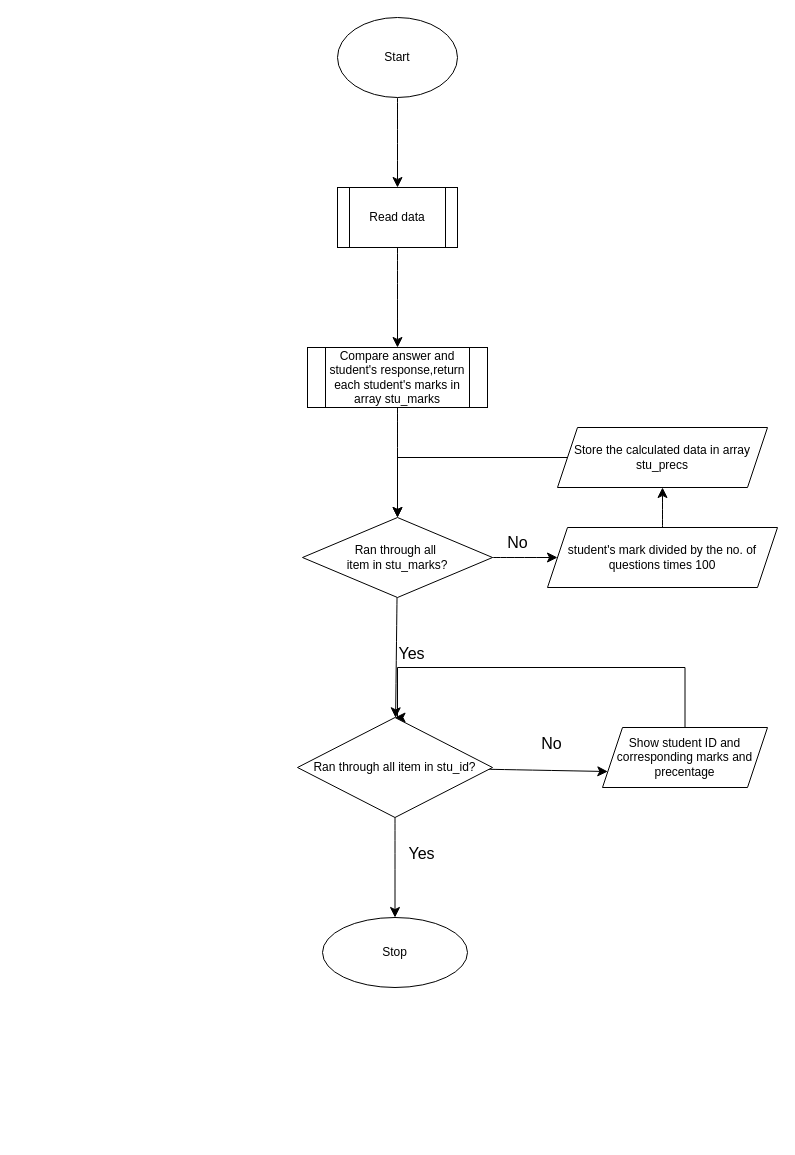
Before: SBA Flowchart.drawio in GaryAmor/SBA, a draw.io diagram. Source tidied: cells renumbered, new cells numbered last; positions are measured from the earlier drawing's top-left corner, leaving out a move shared by most shapes. Both pictures are drawn from the tidied source at 100%, with x=0, y=0 at pixel (297, 17).
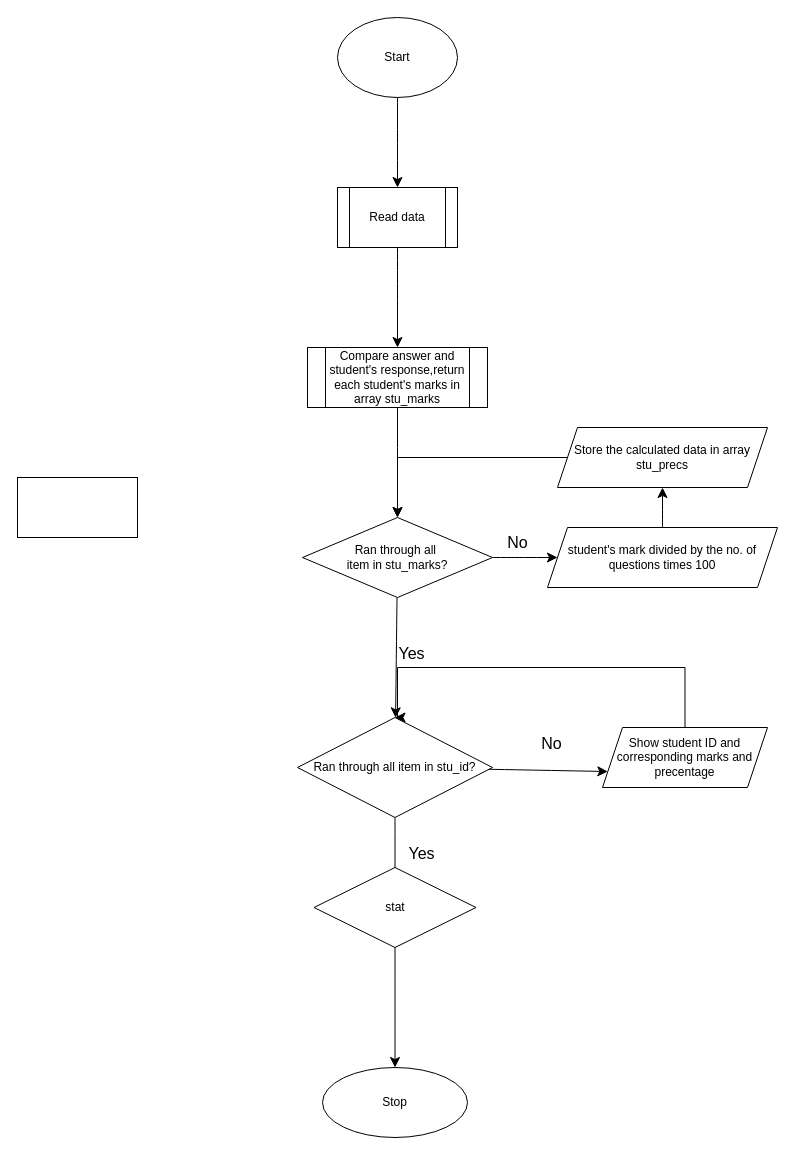
The same diagram, later.

Change to the diagram source:
```diff
@@
     <mxCell id="23" value="Stop" style="ellipse;whiteSpace=wrap;html=1;" parent="1" vertex="1">
-      <mxGeometry x="25" y="900" width="145" height="70" as="geometry" />
+      <mxGeometry x="25" y="1050" width="145" height="70" as="geometry" />
     </mxCell>
@@
+    <mxCell id="25" style="rounded=0;whiteSpace=wrap;html=1;" parent="1" vertex="1">
+      <mxGeometry x="-280" y="460" width="120" height="60" as="geometry" />
+    </mxCell>
+    <mxCell id="26" value="stat" style="rhombus;whiteSpace=wrap;html=1;" parent="1" vertex="1">
+      <mxGeometry x="16.5" y="850" width="162" height="80" as="geometry" />
+    </mxCell>
```
